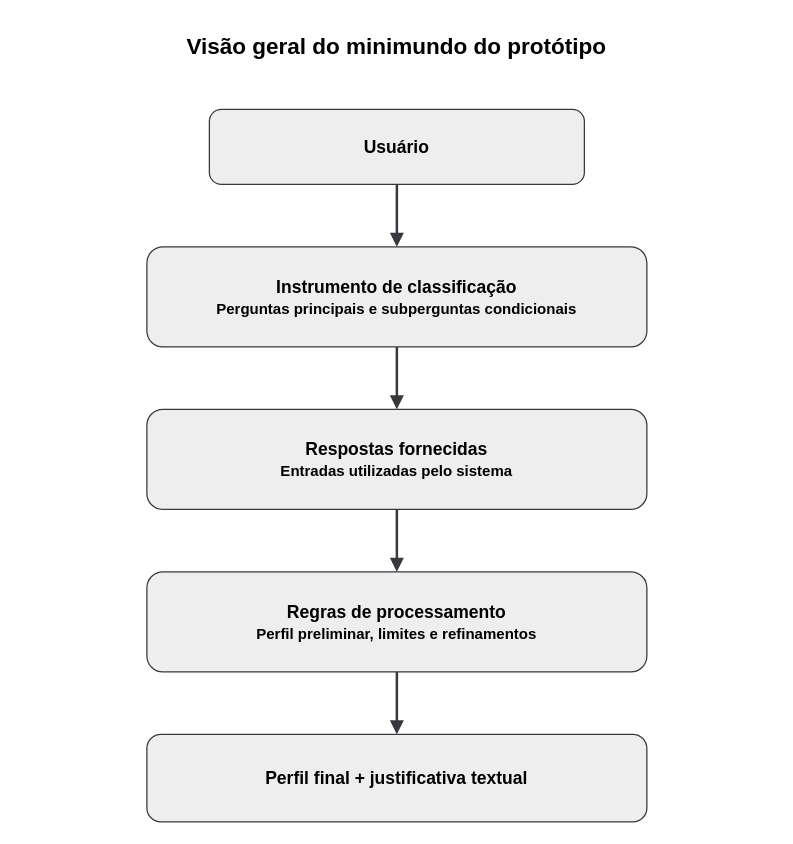
Above: docs/diagramas/figura-1-mini-mundo.drawio in Gilleade/tcc-perfil-investidor (draw.io), before the change. Source tidied: cells renumbered, new cells numbered last; positions are measured from the earlier drawing's top-left corner, leaving out a move shared by most shapes. Both pictures are drawn from the tidied source at 125%, with x=0, y=0 at pixel (21, 21).
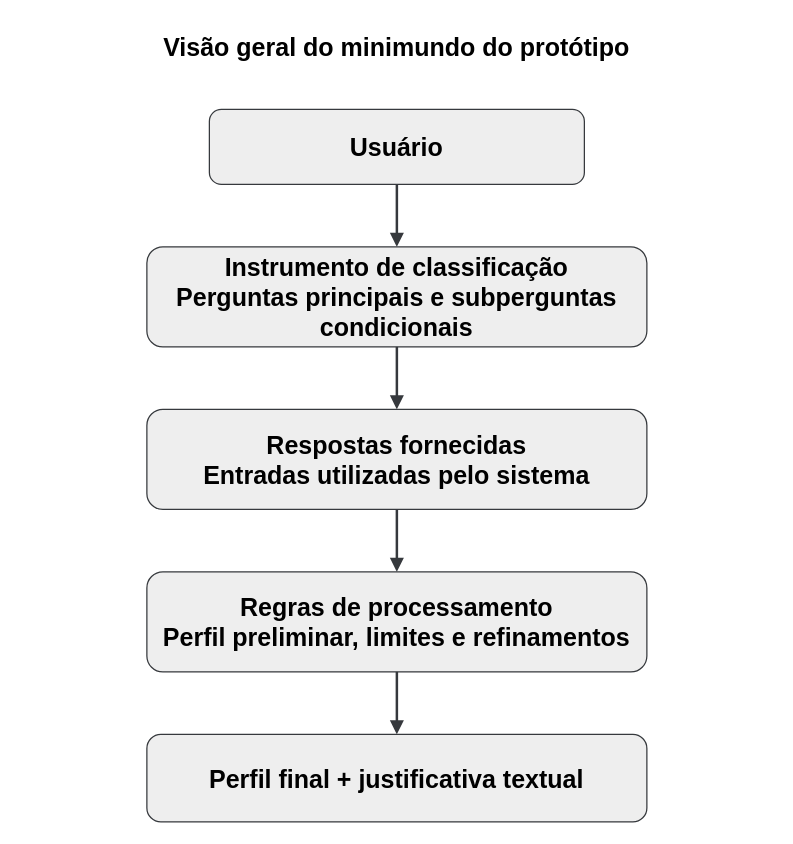
Above is the later version.

What changed in the source:
```diff
@@
 <mxGraphModel>
   <root>
     <mxCell id="0" />
     <mxCell id="1" parent="0" />
-    <mxCell id="2" value="Visão geral do minimundo do protótipo" style="text;html=1;strokeColor=none;fillColor=none;align=center;verticalAlign=middle;whiteSpace=wrap;rounded=0;fontSize=18;fontStyle=1;" parent="1" vertex="1">
+    <mxCell id="2" value="Visão geral do minimundo do protótipo" style="text;html=1;strokeColor=none;fillColor=none;align=center;verticalAlign=middle;whiteSpace=wrap;rounded=0;fontSize=20;fontStyle=1;" parent="1" vertex="1">
       <mxGeometry width="600" height="40" as="geometry" />
     </mxCell>
-    <mxCell id="3" value="Usuário" style="rounded=1;whiteSpace=wrap;html=1;fontSize=14;fontStyle=1;arcSize=16;fillColor=#eeeeee;strokeColor=#36393d;" parent="1" vertex="1">
+    <mxCell id="3" value="Usuário" style="rounded=1;whiteSpace=wrap;html=1;fontSize=20;fontStyle=1;arcSize=16;fillColor=#eeeeee;strokeColor=#36393d;" parent="1" vertex="1">
       <mxGeometry x="150" y="70" width="300" height="60" as="geometry" />
     </mxCell>
-    <mxCell id="4" value="Instrumento de classificação&lt;br&gt;&lt;font style=&quot;font-size: 12px&quot;&gt;Perguntas principais e subperguntas condicionais&lt;/font&gt;" style="rounded=1;whiteSpace=wrap;html=1;fontSize=14;fontStyle=1;arcSize=16;fillColor=#eeeeee;strokeColor=#36393d;" parent="1" vertex="1">
+    <mxCell id="4" value="Instrumento de classificação&lt;br&gt;&lt;font&gt;Perguntas principais e subperguntas condicionais&lt;/font&gt;" style="rounded=1;whiteSpace=wrap;html=1;fontSize=20;fontStyle=1;arcSize=16;fillColor=#eeeeee;strokeColor=#36393d;" parent="1" vertex="1">
       <mxGeometry x="100" y="180" width="400" height="80" as="geometry" />
     </mxCell>
-    <mxCell id="5" value="Respostas fornecidas&lt;br&gt;&lt;font style=&quot;font-size: 12px&quot;&gt;Entradas utilizadas pelo sistema&lt;/font&gt;" style="rounded=1;whiteSpace=wrap;html=1;fontSize=14;fontStyle=1;arcSize=16;fillColor=#eeeeee;strokeColor=#36393d;" parent="1" vertex="1">
+    <mxCell id="5" value="Respostas fornecidas&lt;br&gt;&lt;font&gt;Entradas utilizadas pelo sistema&lt;/font&gt;" style="rounded=1;whiteSpace=wrap;html=1;fontSize=20;fontStyle=1;arcSize=16;fillColor=#eeeeee;strokeColor=#36393d;" parent="1" vertex="1">
       <mxGeometry x="100" y="310" width="400" height="80" as="geometry" />
     </mxCell>
-    <mxCell id="6" value="Regras de processamento&lt;br&gt;&lt;font style=&quot;font-size: 12px&quot;&gt;Perfil preliminar, limites e refinamentos&lt;/font&gt;" style="rounded=1;whiteSpace=wrap;html=1;fontSize=14;fontStyle=1;arcSize=16;fillColor=#eeeeee;strokeColor=#36393d;" parent="1" vertex="1">
+    <mxCell id="6" value="Regras de processamento&lt;br&gt;&lt;font&gt;Perfil preliminar, limites e refinamentos&lt;/font&gt;" style="rounded=1;whiteSpace=wrap;html=1;fontSize=20;fontStyle=1;arcSize=16;fillColor=#eeeeee;strokeColor=#36393d;" parent="1" vertex="1">
       <mxGeometry x="100" y="440" width="400" height="80" as="geometry" />
     </mxCell>
-    <mxCell id="7" value="Perfil final + justificativa textual" style="rounded=1;whiteSpace=wrap;html=1;fontSize=14;fontStyle=1;arcSize=16;fillColor=#eeeeee;strokeColor=#36393d;" parent="1" vertex="1">
+    <mxCell id="7" value="Perfil final + justificativa textual" style="rounded=1;whiteSpace=wrap;html=1;fontSize=20;fontStyle=1;arcSize=16;fillColor=#eeeeee;strokeColor=#36393d;" parent="1" vertex="1">
       <mxGeometry x="100" y="570" width="400" height="70" as="geometry" />
     </mxCell>
     <mxCell id="8" style="endArrow=block;html=1;rounded=0;strokeWidth=2;strokeColor=#36393d;fillColor=#eeeeee;" parent="1" edge="1" source="3" target="4">
       <mxGeometry relative="1" as="geometry" />
     </mxCell>
     <mxCell id="9" style="endArrow=block;html=1;rounded=0;strokeWidth=2;strokeColor=#36393d;fillColor=#eeeeee;" parent="1" edge="1" source="4" target="5">
       <mxGeometry relative="1" as="geometry" />
     </mxCell>
     <mxCell id="10" style="endArrow=block;html=1;rounded=0;strokeWidth=2;strokeColor=#36393d;fillColor=#eeeeee;" parent="1" edge="1" source="5" target="6">
       <mxGeometry relative="1" as="geometry" />
     </mxCell>
     <mxCell id="11" style="endArrow=block;html=1;rounded=0;strokeWidth=2;strokeColor=#36393d;fillColor=#eeeeee;" parent="1" edge="1" source="6" target="7">
       <mxGeometry relative="1" as="geometry" />
     </mxCell>
   </root>
 </mxGraphModel>
```
